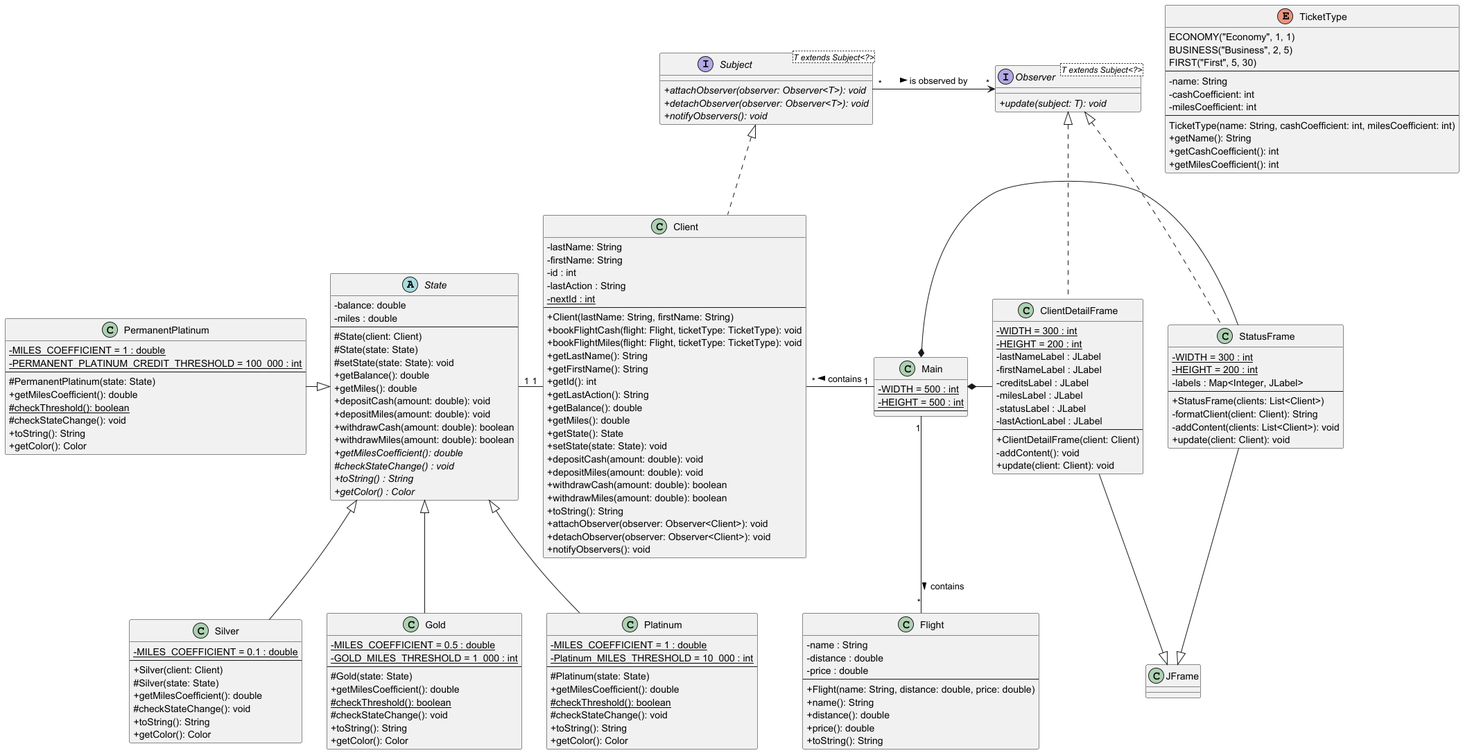
Earlier version of the PlantUML export uml/class_diagram.png (LeonardJouve/mcr-02).
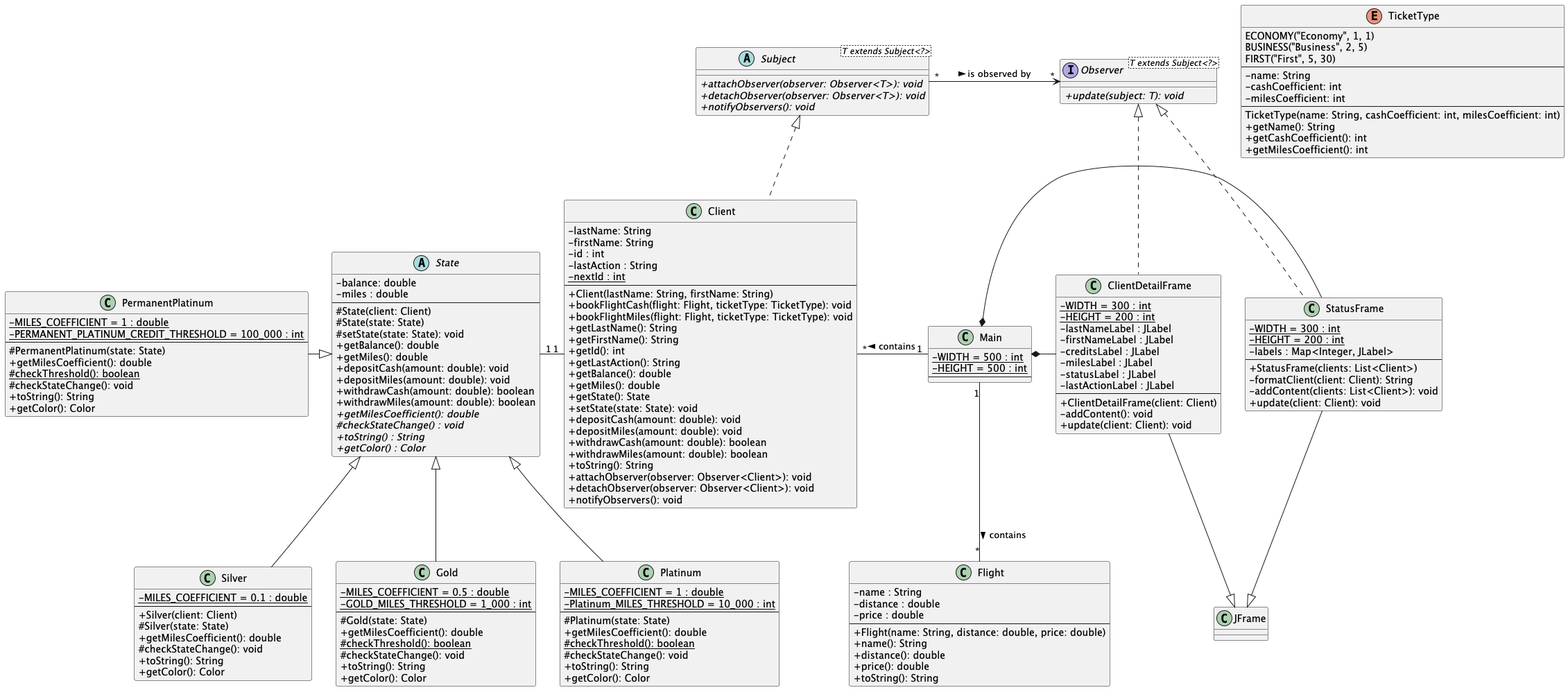
Later version of the same file.

Diff of the diagram source:
```diff
@@ -72,7 +72,7 @@
 State <|-- Platinum
 State <|-left- PermanentPlatinum
 
-interface Subject<T extends Subject<?>> {
+abstract class Subject<T extends Subject<?>> {
     {abstract}+ attachObserver(observer: Observer<T>): void
     {abstract}+ detachObserver(observer: Observer<T>): void
     {abstract}+ notifyObservers(): void
```
